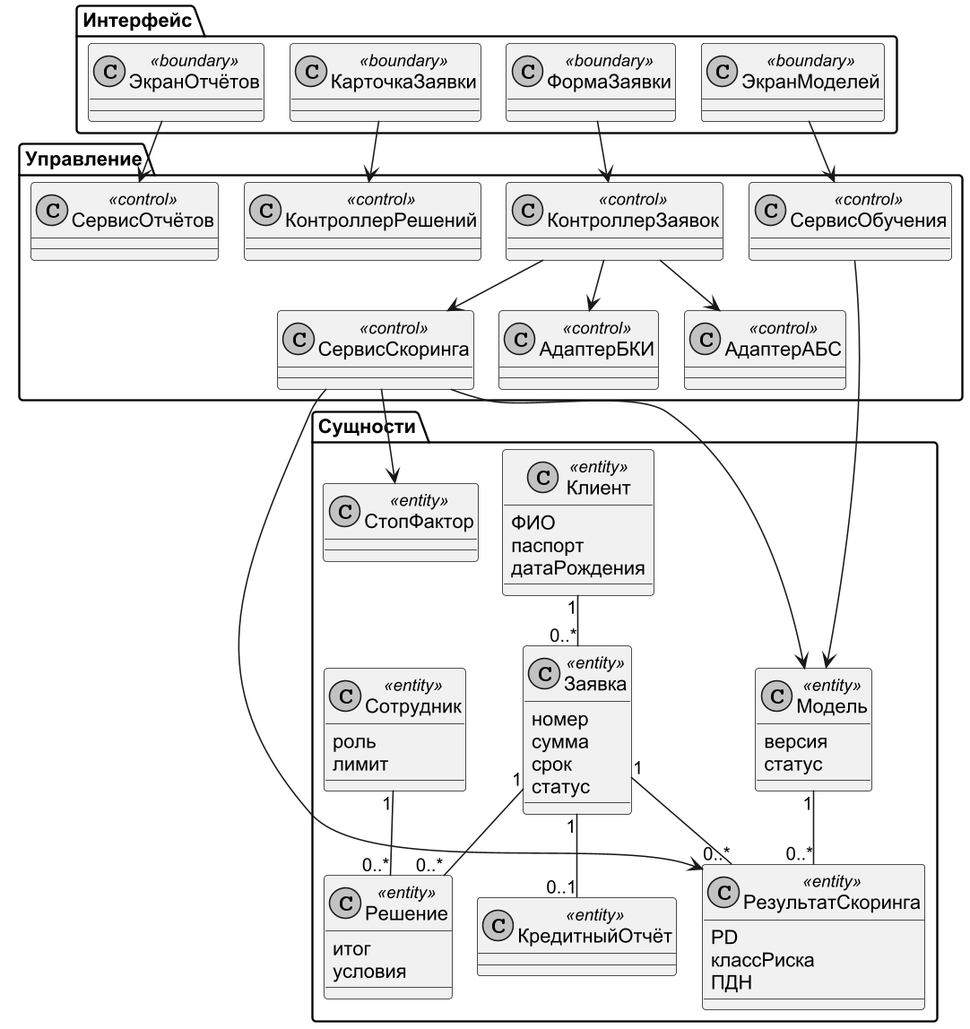
Above: diagrams/uml_classes.png in DarkSwordman999/credit-scoring-dss (PlantUML), before the change. Source of this version:
```plantuml
@startuml
!pragma layout smetana
skinparam dpi 150
skinparam defaultFontName Arial
skinparam shadowing false
skinparam monochrome true
skinparam linetype ortho
package "Интерфейс" {
 class ФормаЗаявки <<boundary>>
 class КарточкаЗаявки <<boundary>>
 class ЭкранМоделей <<boundary>>
 class ЭкранОтчётов <<boundary>>
}
package "Управление" {
 class КонтроллерЗаявок <<control>>
 class КонтроллерРешений <<control>>
 class СервисСкоринга <<control>>
 class СервисОбучения <<control>>
 class СервисОтчётов <<control>>
 class АдаптерБКИ <<control>>
 class АдаптерАБС <<control>>
}
package "Сущности" {
 class Клиент <<entity>> {
  ФИО
  паспорт
  датаРождения
 }
 class Заявка <<entity>> {
  номер
  сумма
  срок
  статус
 }
 class КредитныйОтчёт <<entity>>
 class РезультатСкоринга <<entity>> {
  PD
  классРиска
  ПДН
 }
 class Модель <<entity>> {
  версия
  статус
 }
 class Решение <<entity>> {
  итог
  условия
 }
 class Сотрудник <<entity>> {
  роль
  лимит
 }
 class СтопФактор <<entity>>
}
ФормаЗаявки --> КонтроллерЗаявок
КарточкаЗаявки --> КонтроллерРешений
ЭкранМоделей --> СервисОбучения
ЭкранОтчётов --> СервисОтчётов
КонтроллерЗаявок --> СервисСкоринга
КонтроллерЗаявок --> АдаптерБКИ
КонтроллерЗаявок --> АдаптерАБС
СервисСкоринга --> Модель
СервисСкоринга --> СтопФактор
СервисСкоринга --> РезультатСкоринга
СервисОбучения --> Модель
Клиент "1" -- "0..*" Заявка
Заявка "1" -- "0..1" КредитныйОтчёт
Заявка "1" -- "0..*" РезультатСкоринга
Заявка "1" -- "0..*" Решение
Сотрудник "1" -- "0..*" Решение
Модель "1" -- "0..*" РезультатСкоринга
@enduml
```
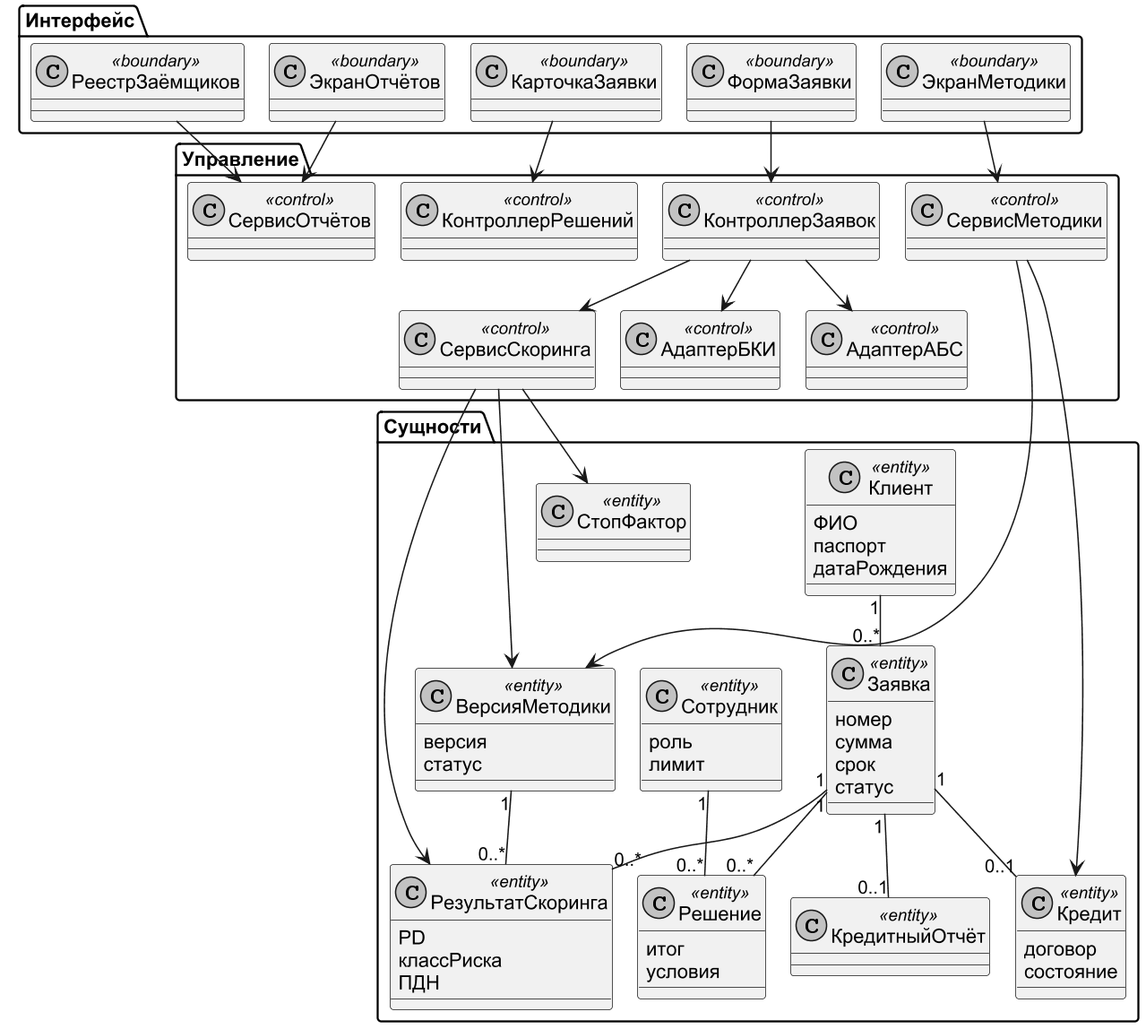
The same file after the commit.

What changed in the source:
```diff
@@ -8,14 +8,15 @@
 package "Интерфейс" {
  class ФормаЗаявки <<boundary>>
  class КарточкаЗаявки <<boundary>>
- class ЭкранМоделей <<boundary>>
+ class ЭкранМетодики <<boundary>>
  class ЭкранОтчётов <<boundary>>
+ class РеестрЗаёмщиков <<boundary>>
 }
 package "Управление" {
  class КонтроллерЗаявок <<control>>
  class КонтроллерРешений <<control>>
  class СервисСкоринга <<control>>
- class СервисОбучения <<control>>
+ class СервисМетодики <<control>>
  class СервисОтчётов <<control>>
  class АдаптерБКИ <<control>>
  class АдаптерАБС <<control>>
@@ -38,9 +39,13 @@
   классРиска
   ПДН
  }
- class Модель <<entity>> {
+ class ВерсияМетодики <<entity>> {
   версия
   статус
+ }
+ class Кредит <<entity>> {
+  договор
+  состояние
  }
  class Решение <<entity>> {
   итог
@@ -54,19 +59,22 @@
 }
 ФормаЗаявки --> КонтроллерЗаявок
 КарточкаЗаявки --> КонтроллерРешений
-ЭкранМоделей --> СервисОбучения
+ЭкранМетодики --> СервисМетодики
 ЭкранОтчётов --> СервисОтчётов
+РеестрЗаёмщиков --> СервисОтчётов
 КонтроллерЗаявок --> СервисСкоринга
 КонтроллерЗаявок --> АдаптерБКИ
 КонтроллерЗаявок --> АдаптерАБС
-СервисСкоринга --> Модель
+СервисСкоринга --> ВерсияМетодики
 СервисСкоринга --> СтопФактор
 СервисСкоринга --> РезультатСкоринга
-СервисОбучения --> Модель
+СервисМетодики --> ВерсияМетодики
+СервисМетодики --> Кредит
 Клиент "1" -- "0..*" Заявка
 Заявка "1" -- "0..1" КредитныйОтчёт
 Заявка "1" -- "0..*" РезультатСкоринга
 Заявка "1" -- "0..*" Решение
 Сотрудник "1" -- "0..*" Решение
-Модель "1" -- "0..*" РезультатСкоринга
+ВерсияМетодики "1" -- "0..*" РезультатСкоринга
+Заявка "1" -- "0..1" Кредит
 @enduml
```
